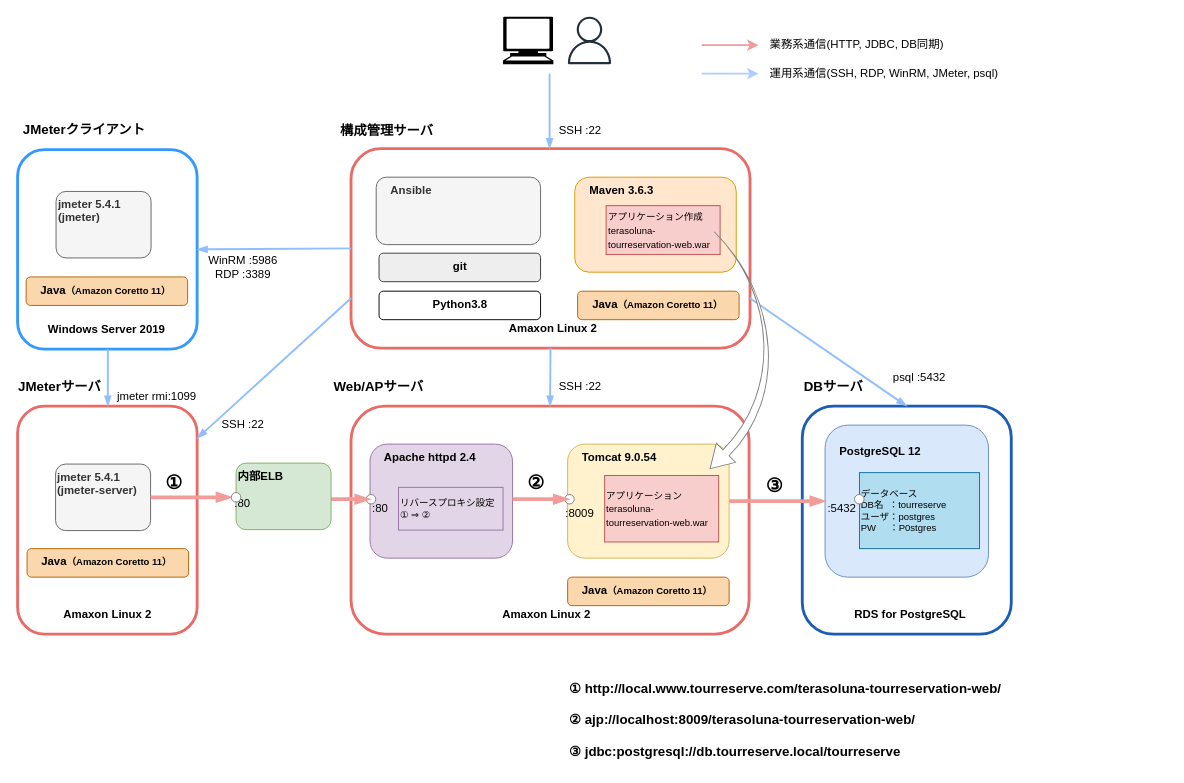
muroya2355/aws_performance_test keeps this draw.io diagram as page "ソフトウェア構成" (11 of 13) of design.drawio. Above is the earlier version. Source tidied: cells renumbered, new cells numbered last; positions are measured from the earlier drawing's top-left corner, leaving out a move shared by most shapes. Both pictures are drawn from the tidied source at 95%, with x=0, y=0 at pixel (16, 16).
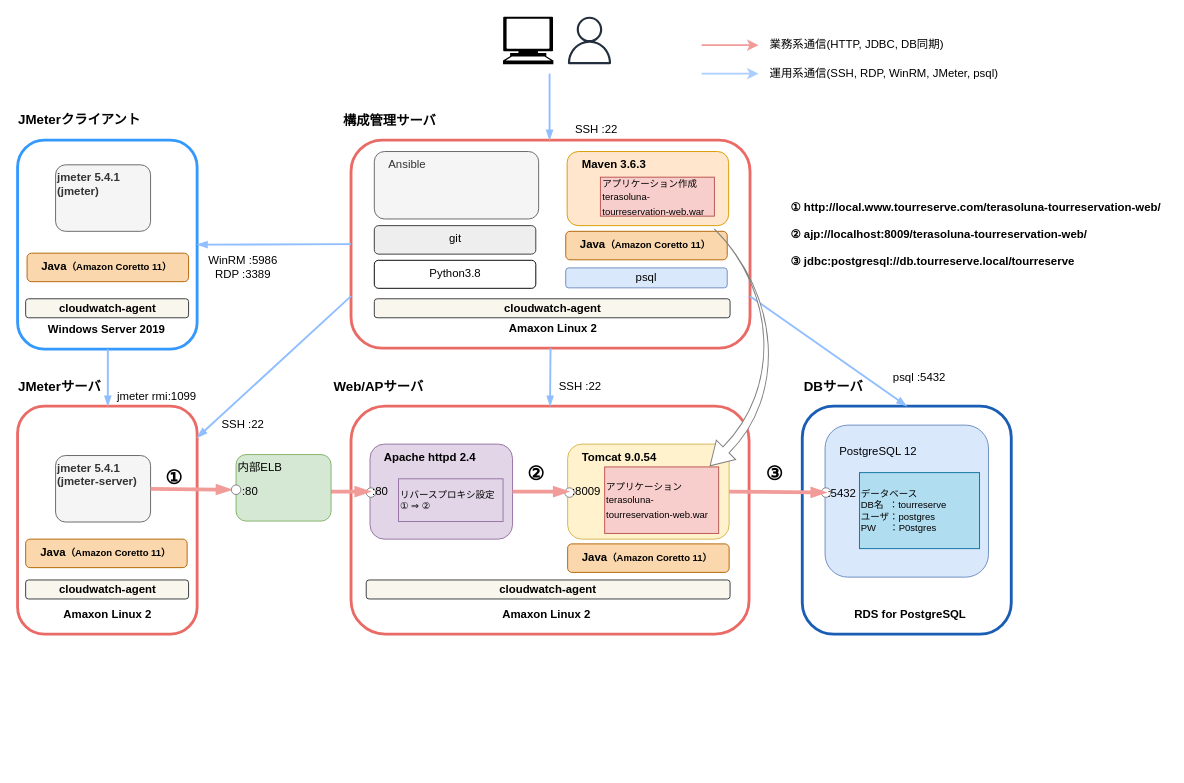
Above is the later version.

Diff of the diagram source:
```diff
@@
     <mxCell id="3" style="rounded=1;whiteSpace=wrap;html=1;align=left;fillColor=none;strokeColor=#EA6B66;strokeWidth=3;" parent="1" vertex="1">
-      <mxGeometry x="352" y="139" width="420" height="210" as="geometry" />
+      <mxGeometry x="352" y="130" width="420" height="219" as="geometry" />
     </mxCell>
@@
     <mxCell id="6" value="&lt;b&gt;&amp;nbsp; &amp;nbsp; Apache httpd 2.4&lt;/b&gt;" style="rounded=1;whiteSpace=wrap;html=1;align=left;verticalAlign=top;fillColor=#e1d5e7;strokeColor=#9673a6;" parent="1" vertex="1">
-      <mxGeometry x="372" y="450" width="150" height="120" as="geometry" />
+      <mxGeometry x="372" y="450" width="150" height="100" as="geometry" />
     </mxCell>
     <mxCell id="7" value="&lt;b&gt;&amp;nbsp; &amp;nbsp; Tomcat 9.0.54&lt;/b&gt;" style="rounded=1;whiteSpace=wrap;html=1;align=left;verticalAlign=top;fillColor=#fff2cc;strokeColor=#d6b656;" parent="1" vertex="1">
-      <mxGeometry x="580" y="450" width="170" height="120" as="geometry" />
+      <mxGeometry x="580" y="450" width="170" height="100" as="geometry" />
     </mxCell>
-    <mxCell id="8" value="&lt;b&gt;&lt;br&gt;&amp;nbsp; &amp;nbsp; PostgreSQL 12&lt;/b&gt;" style="rounded=1;whiteSpace=wrap;html=1;fillColor=#dae8fc;strokeColor=#6c8ebf;align=left;verticalAlign=top;" parent="1" vertex="1">
+    <mxCell id="8" value="&lt;br&gt;&amp;nbsp; &amp;nbsp; PostgreSQL 12" style="rounded=1;whiteSpace=wrap;html=1;fillColor=#dae8fc;strokeColor=#6c8ebf;align=left;verticalAlign=top;" parent="1" vertex="1">
       <mxGeometry x="851" y="430" width="172" height="160" as="geometry" />
     </mxCell>
     <mxCell id="9" value="&lt;span style=&quot;font-size: 10px&quot;&gt;アプリケーション&lt;br&gt;terasoluna-tourreservation-web.war&lt;br&gt;&lt;/span&gt;" style="rounded=0;whiteSpace=wrap;html=1;strokeColor=#b85450;strokeWidth=1;fillColor=#f8cecc;align=left;" parent="1" vertex="1">
-      <mxGeometry x="619" y="483" width="120" height="70" as="geometry" />
+      <mxGeometry x="619" y="474" width="120" height="70" as="geometry" />
     </mxCell>
@@
     <mxCell id="11" style="ellipse;whiteSpace=wrap;html=1;strokeColor=#808080;strokeWidth=1;fillColor=#ffffff;align=left;" parent="1" vertex="1">
-      <mxGeometry x="368" y="503" width="10" height="10" as="geometry" />
+      <mxGeometry x="368" y="496" width="10" height="10" as="geometry" />
     </mxCell>
     <mxCell id="12" style="ellipse;whiteSpace=wrap;html=1;strokeColor=#808080;strokeWidth=1;fillColor=#ffffff;align=left;" parent="1" vertex="1">
-      <mxGeometry x="577" y="503" width="10" height="10" as="geometry" />
+      <mxGeometry x="577" y="496" width="10" height="10" as="geometry" />
     </mxCell>
     <mxCell id="13" style="ellipse;whiteSpace=wrap;html=1;strokeColor=#808080;strokeWidth=1;fillColor=#ffffff;align=left;" parent="1" vertex="1">
-      <mxGeometry x="882" y="503" width="10" height="10" as="geometry" />
+      <mxGeometry x="847" y="496" width="10" height="10" as="geometry" />
     </mxCell>
     <mxCell id="14" style="endArrow=blockThin;html=1;strokeColor=#F19C99;strokeWidth=4;endFill=1;" parent="1" edge="1">
       <mxGeometry relative="1" as="geometry">
-        <mxPoint x="282" y="508" as="sourcePoint" />
-        <mxPoint x="372" y="508" as="targetPoint" />
+        <mxPoint x="282" y="500" as="sourcePoint" />
+        <mxPoint x="372" y="500" as="targetPoint" />
       </mxGeometry>
     </mxCell>
-    <mxCell id="15" style="endArrow=blockThin;html=1;strokeColor=#F19C99;exitX=1;exitY=0.5;exitDx=0;exitDy=0;strokeWidth=4;endFill=1;entryX=0.4;entryY=0.5;entryDx=0;entryDy=0;entryPerimeter=0;" parent="1" edge="1" target="12">
+    <mxCell id="15" style="endArrow=blockThin;html=1;strokeColor=#F19C99;exitX=1;exitY=0.5;exitDx=0;exitDy=0;strokeWidth=4;endFill=1;entryX=0.4;entryY=0.5;entryDx=0;entryDy=0;entryPerimeter=0;" parent="1" edge="1">
       <mxGeometry relative="1" as="geometry">
-        <mxPoint x="522" y="508" as="sourcePoint" />
+        <mxPoint x="522" y="500" as="sourcePoint" />
+        <mxPoint x="581" y="500" as="targetPoint" />
       </mxGeometry>
     </mxCell>
-    <mxCell id="16" style="endArrow=blockThin;html=1;entryX=0;entryY=0.5;entryDx=0;entryDy=0;strokeColor=#F19C99;exitX=1;exitY=0.5;exitDx=0;exitDy=0;strokeWidth=4;endFill=1;" parent="1" edge="1" source="7" target="8">
+    <mxCell id="16" style="endArrow=blockThin;html=1;entryX=0.006;entryY=0.443;entryDx=0;entryDy=0;strokeColor=#F19C99;exitX=1;exitY=0.5;exitDx=0;exitDy=0;strokeWidth=4;endFill=1;entryPerimeter=0;" parent="1" edge="1" source="7" target="8">
       <mxGeometry relative="1" as="geometry" />
     </mxCell>
     <mxCell id="17" value=":80" style="text;html=1;strokeColor=none;fillColor=none;align=center;verticalAlign=middle;whiteSpace=wrap;rounded=0;" parent="1" vertex="1">
-      <mxGeometry x="368" y="508" width="30" height="20" as="geometry" />
+      <mxGeometry x="368" y="490" width="30" height="20" as="geometry" />
     </mxCell>
@@
-    <mxCell id="19" value="①&amp;nbsp;http://local.www.tourreserve.com/terasoluna-tourreservation-web/&lt;span style=&quot;white-space: nowrap; font-size: 14px;&quot;&gt;&lt;br style=&quot;font-size: 14px;&quot;&gt;&lt;br style=&quot;font-size: 14px;&quot;&gt;② ajp://localhost:8009/&lt;/span&gt;&lt;span style=&quot;white-space: nowrap; font-size: 14px;&quot;&gt;terasoluna-tourreservation-web/&lt;br style=&quot;font-size: 14px;&quot;&gt;&lt;br style=&quot;font-size: 14px;&quot;&gt;&lt;/span&gt;&lt;span style=&quot;white-space: nowrap; font-size: 14px;&quot;&gt;③&amp;nbsp;&lt;/span&gt;&lt;span style=&quot;white-space: nowrap; font-size: 14px;&quot;&gt;jdbc:postgresql://&lt;/span&gt;db.tourreserve.local&lt;span style=&quot;white-space: nowrap; font-size: 14px;&quot;&gt;/tourreserve&lt;/span&gt;&lt;span style=&quot;white-space: nowrap; font-size: 14px;&quot;&gt;&amp;nbsp; &amp;nbsp; &amp;nbsp;&lt;br style=&quot;font-size: 14px;&quot;&gt;&lt;/span&gt;" style="text;html=1;strokeColor=none;fillColor=none;align=left;verticalAlign=middle;whiteSpace=wrap;rounded=0;spacing=2;fontSize=14;fontStyle=1;" parent="1" vertex="1">
-      <mxGeometry x="580" y="690" width="470" height="100" as="geometry" />
+    <mxCell id="19" value="&lt;font style=&quot;font-size: 12px;&quot;&gt;①&amp;nbsp;http://local.www.tourreserve.com/terasoluna-tourreservation-web/&lt;span style=&quot;white-space: nowrap; font-size: 12px;&quot;&gt;&lt;br style=&quot;font-size: 12px;&quot;&gt;&lt;br style=&quot;font-size: 12px;&quot;&gt;② ajp://localhost:8009/&lt;/span&gt;&lt;span style=&quot;white-space: nowrap; font-size: 12px;&quot;&gt;terasoluna-tourreservation-web/&lt;br style=&quot;font-size: 12px;&quot;&gt;&lt;br style=&quot;font-size: 12px;&quot;&gt;&lt;/span&gt;&lt;span style=&quot;white-space: nowrap; font-size: 12px;&quot;&gt;③&amp;nbsp;&lt;/span&gt;&lt;span style=&quot;white-space: nowrap; font-size: 12px;&quot;&gt;jdbc:postgresql://&lt;/span&gt;db.tourreserve.local&lt;span style=&quot;white-space: nowrap; font-size: 12px;&quot;&gt;/tourreserve&lt;/span&gt;&lt;/font&gt;&lt;span style=&quot;white-space: nowrap; font-size: 12px;&quot;&gt;&lt;font style=&quot;font-size: 12px;&quot;&gt;&amp;nbsp; &amp;nbsp; &amp;nbsp;&lt;/font&gt;&lt;br style=&quot;font-size: 12px;&quot;&gt;&lt;/span&gt;" style="text;html=1;strokeColor=none;fillColor=none;align=left;verticalAlign=middle;whiteSpace=wrap;rounded=0;spacing=2;fontSize=12;fontStyle=1;" parent="1" vertex="1">
+      <mxGeometry x="813" y="179" width="398" height="100" as="geometry" />
     </mxCell>
     <mxCell id="20" value=":8009" style="text;html=1;strokeColor=none;fillColor=none;align=center;verticalAlign=middle;whiteSpace=wrap;rounded=0;" parent="1" vertex="1">
-      <mxGeometry x="578" y="513" width="30" height="20" as="geometry" />
+      <mxGeometry x="585" y="490" width="30" height="20" as="geometry" />
     </mxCell>
     <mxCell id="21" value=":5432" style="text;html=1;strokeColor=none;fillColor=none;align=center;verticalAlign=middle;whiteSpace=wrap;rounded=0;" parent="1" vertex="1">
-      <mxGeometry x="854" y="508" width="30" height="20" as="geometry" />
+      <mxGeometry x="854" y="492" width="30" height="20" as="geometry" />
     </mxCell>
     <mxCell id="22" value="②" style="text;html=1;strokeColor=none;fillColor=none;align=center;verticalAlign=middle;whiteSpace=wrap;rounded=0;fontSize=20;fontStyle=1;" parent="1" vertex="1">
-      <mxGeometry x="532" y="480" width="30" height="20" as="geometry" />
+      <mxGeometry x="532" y="470" width="30" height="20" as="geometry" />
     </mxCell>
     <mxCell id="23" value="③" style="text;html=1;strokeColor=none;fillColor=none;align=center;verticalAlign=middle;whiteSpace=wrap;rounded=0;fontSize=20;fontStyle=1;" parent="1" vertex="1">
-      <mxGeometry x="783" y="483" width="30" height="20" as="geometry" />
+      <mxGeometry x="783" y="470" width="30" height="20" as="geometry" />
     </mxCell>
     <mxCell id="24" value="リバースプロキシ設定&lt;span style=&quot;white-space: nowrap&quot;&gt;&lt;br&gt;① ⇒ ②&lt;br&gt;&lt;/span&gt;" style="rounded=1;whiteSpace=wrap;html=1;strokeColor=#9673a6;strokeWidth=1;fillColor=#e1d5e7;fontSize=10;align=left;verticalAlign=middle;arcSize=0;" parent="1" vertex="1">
-      <mxGeometry x="402" y="495.5" width="110" height="45" as="geometry" />
+      <mxGeometry x="402" y="486.5" width="110" height="45" as="geometry" />
     </mxCell>
     <mxCell id="25" value="&lt;b&gt;&amp;nbsp; &amp;nbsp; Maven 3.6.3&lt;/b&gt;" style="rounded=1;whiteSpace=wrap;html=1;align=left;verticalAlign=top;fillColor=#ffe6cc;strokeColor=#d79b00;" parent="1" vertex="1">
-      <mxGeometry x="587.5" y="169" width="170" height="100" as="geometry" />
+      <mxGeometry x="579.5" y="142" width="170" height="78" as="geometry" />
     </mxCell>
     <mxCell id="26" value="&lt;span style=&quot;font-size: 10px&quot;&gt;アプリケーション作成&lt;br&gt;terasoluna-tourreservation-web.war&lt;br&gt;&lt;/span&gt;" style="rounded=0;whiteSpace=wrap;html=1;strokeColor=#b85450;strokeWidth=1;fillColor=#f8cecc;align=left;" parent="1" vertex="1">
-      <mxGeometry x="620.5" y="199" width="120" height="51.5" as="geometry" />
+      <mxGeometry x="614.5" y="169" width="120" height="41" as="geometry" />
     </mxCell>
     <mxCell id="27" value="&lt;b&gt;&amp;nbsp; &amp;nbsp; Java&lt;font style=&quot;font-size: 10px&quot;&gt;（Amazon Coretto 11）&lt;/font&gt;&lt;/b&gt;" style="rounded=1;whiteSpace=wrap;html=1;align=left;verticalAlign=top;fillColor=#fad7ac;strokeColor=#b46504;" parent="1" vertex="1">
-      <mxGeometry x="580" y="590" width="170" height="30" as="geometry" />
+      <mxGeometry x="580" y="555" width="170" height="30" as="geometry" />
     </mxCell>
-    <mxCell id="28" value="&lt;b&gt;内部ELB&lt;/b&gt;" style="rounded=1;whiteSpace=wrap;html=1;align=left;verticalAlign=top;fillColor=#d5e8d4;strokeColor=#82b366;" parent="1" vertex="1">
-      <mxGeometry x="231" y="470" width="100" height="70" as="geometry" />
+    <mxCell id="28" value="内部ELB" style="rounded=1;whiteSpace=wrap;html=1;align=left;verticalAlign=top;fillColor=#d5e8d4;strokeColor=#82b366;" parent="1" vertex="1">
+      <mxGeometry x="231" y="461" width="100" height="70" as="geometry" />
     </mxCell>
     <mxCell id="29" value="&lt;b&gt;jmeter 5.4.1&lt;br&gt;(jmeter-server)&lt;br&gt;&lt;/b&gt;" style="rounded=1;whiteSpace=wrap;html=1;align=left;verticalAlign=top;fillColor=#f5f5f5;strokeColor=#666666;fontColor=#333333;" parent="1" vertex="1">
-      <mxGeometry x="41" y="471" width="100" height="70" as="geometry" />
+      <mxGeometry x="41" y="462" width="100" height="70" as="geometry" />
     </mxCell>
@@
     <mxCell id="31" value=":80" style="text;html=1;strokeColor=none;fillColor=none;align=center;verticalAlign=middle;whiteSpace=wrap;rounded=0;" parent="1" vertex="1">
-      <mxGeometry x="223" y="503" width="30" height="20" as="geometry" />
+      <mxGeometry x="231" y="490" width="30" height="20" as="geometry" />
     </mxCell>
     <mxCell id="32" style="ellipse;whiteSpace=wrap;html=1;strokeColor=#808080;strokeWidth=1;fillColor=#ffffff;align=left;" parent="1" vertex="1">
-      <mxGeometry x="226" y="501" width="10" height="10" as="geometry" />
+      <mxGeometry x="226" y="493" width="10" height="10" as="geometry" />
     </mxCell>
     <mxCell id="33" value="①" style="text;html=1;strokeColor=none;fillColor=none;align=center;verticalAlign=middle;whiteSpace=wrap;rounded=0;fontSize=20;fontStyle=1;" parent="1" vertex="1">
-      <mxGeometry x="151" y="480" width="30" height="20" as="geometry" />
+      <mxGeometry x="151" y="475" width="30" height="20" as="geometry" />
     </mxCell>
     <mxCell id="34" value="&lt;b style=&quot;font-size: 14px;&quot;&gt;構成管理サーバ&lt;/b&gt;" style="text;html=1;strokeColor=none;fillColor=none;align=left;verticalAlign=middle;whiteSpace=wrap;rounded=0;fontSize=14;" parent="1" vertex="1">
-      <mxGeometry x="338.5" y="100" width="180" height="40" as="geometry" />
+      <mxGeometry x="342" y="90" width="180" height="40" as="geometry" />
     </mxCell>
     <mxCell id="35" value="&lt;b&gt;&amp;nbsp; &amp;nbsp; Java&lt;font style=&quot;font-size: 10px&quot;&gt;（Amazon Coretto 11）&lt;/font&gt;&lt;/b&gt;" style="rounded=1;whiteSpace=wrap;html=1;align=left;verticalAlign=top;fillColor=#fad7ac;strokeColor=#b46504;" parent="1" vertex="1">
-      <mxGeometry x="590.5" y="289" width="170" height="30" as="geometry" />
+      <mxGeometry x="578" y="226" width="170" height="30" as="geometry" />
     </mxCell>
-    <mxCell id="36" value="&lt;b&gt;&amp;nbsp; &amp;nbsp; Ansible&lt;/b&gt;" style="rounded=1;whiteSpace=wrap;html=1;align=left;verticalAlign=top;fillColor=#f5f5f5;strokeColor=#666666;fontColor=#333333;" parent="1" vertex="1">
-      <mxGeometry x="378.5" y="169" width="173" height="71" as="geometry" />
+    <mxCell id="36" value="&amp;nbsp; &amp;nbsp; Ansible" style="rounded=1;whiteSpace=wrap;html=1;align=left;verticalAlign=top;fillColor=#f5f5f5;strokeColor=#666666;fontColor=#333333;" parent="1" vertex="1">
+      <mxGeometry x="376.5" y="142" width="173" height="71" as="geometry" />
     </mxCell>
-    <mxCell id="37" value="&lt;b&gt;Python3.8&lt;/b&gt;" style="rounded=1;whiteSpace=wrap;html=1;align=center;verticalAlign=top;" parent="1" vertex="1">
-      <mxGeometry x="381.5" y="289" width="170" height="30" as="geometry" />
+    <mxCell id="37" value="Python3.8" style="rounded=1;whiteSpace=wrap;html=1;align=center;verticalAlign=top;" parent="1" vertex="1">
+      <mxGeometry x="376.5" y="256.5" width="170" height="29.5" as="geometry" />
     </mxCell>
@@
     <mxCell id="39" value="&lt;b&gt;&amp;nbsp; &amp;nbsp; Java&lt;font style=&quot;font-size: 10px&quot;&gt;（Amazon Coretto 11）&lt;/font&gt;&lt;/b&gt;" style="rounded=1;whiteSpace=wrap;html=1;align=left;verticalAlign=top;fillColor=#fad7ac;strokeColor=#b46504;" parent="1" vertex="1">
-      <mxGeometry x="11" y="560" width="170" height="30" as="geometry" />
+      <mxGeometry x="9.5" y="550" width="170" height="30" as="geometry" />
     </mxCell>
@@
     <mxCell id="44" style="rounded=1;whiteSpace=wrap;html=1;align=left;fillColor=none;strokeColor=#3399FF;strokeWidth=3;" parent="1" vertex="1">
-      <mxGeometry x="1" y="140" width="189" height="210" as="geometry" />
+      <mxGeometry x="1" y="130" width="189" height="220" as="geometry" />
     </mxCell>
     <mxCell id="45" value="&lt;b&gt;jmeter 5.4.1&lt;br&gt;(jmeter)&lt;br&gt;&lt;/b&gt;" style="rounded=1;whiteSpace=wrap;html=1;align=left;verticalAlign=top;fillColor=#f5f5f5;strokeColor=#666666;fontColor=#333333;" parent="1" vertex="1">
-      <mxGeometry x="41.5" y="184" width="100" height="70" as="geometry" />
+      <mxGeometry x="41" y="156" width="100" height="70" as="geometry" />
     </mxCell>
     <mxCell id="46" value="&lt;b&gt;&amp;nbsp; &amp;nbsp; Java&lt;font style=&quot;font-size: 10px&quot;&gt;（Amazon Coretto 11）&lt;/font&gt;&lt;/b&gt;" style="rounded=1;whiteSpace=wrap;html=1;align=left;verticalAlign=top;fillColor=#fad7ac;strokeColor=#b46504;" parent="1" vertex="1">
-      <mxGeometry x="10" y="274" width="170" height="30" as="geometry" />
+      <mxGeometry x="11" y="249" width="170" height="30" as="geometry" />
     </mxCell>
@@
     <mxCell id="49" value="&lt;b style=&quot;font-size: 14px;&quot;&gt;JMeterクライアント&lt;/b&gt;" style="text;html=1;strokeColor=none;fillColor=none;align=left;verticalAlign=middle;whiteSpace=wrap;rounded=0;fontSize=14;" parent="1" vertex="1">
-      <mxGeometry x="4.5" y="99" width="180" height="40" as="geometry" />
+      <mxGeometry y="89" width="180" height="40" as="geometry" />
     </mxCell>
@@
     <mxCell id="58" style="html=1;shadow=0;dashed=0;align=center;verticalAlign=middle;shape=mxgraph.arrows2.jumpInArrow;dy=4.51;dx=23.7;arrowHead=28.72;strokeColor=#808080;strokeWidth=1;fillColor=#ffffff;fontSize=11;flipH=0;rotation=135;" parent="1" vertex="1">
-      <mxGeometry x="647.5" y="262.4" width="179.5" height="187.6" as="geometry" />
+      <mxGeometry x="647.5" y="259.4" width="179.5" height="187.6" as="geometry" />
     </mxCell>
@@
-    <mxCell id="63" style="endArrow=blockThin;html=1;strokeColor=#90BEFF;strokeWidth=2;endFill=1;entryX=0.5;entryY=0;entryDx=0;entryDy=0;" parent="1" edge="1">
+    <mxCell id="63" style="endArrow=blockThin;html=1;strokeColor=#90BEFF;strokeWidth=2;endFill=1;" parent="1" edge="1">
       <mxGeometry relative="1" as="geometry">
         <mxPoint x="561" y="60" as="sourcePoint" />
-        <mxPoint x="561" y="139" as="targetPoint" />
+        <mxPoint x="561" y="130" as="targetPoint" />
       </mxGeometry>
     </mxCell>
     <mxCell id="64" value="SSH :22" style="text;html=1;strokeColor=none;fillColor=none;align=center;verticalAlign=middle;whiteSpace=wrap;rounded=0;" parent="1" vertex="1">
-      <mxGeometry x="544.5" y="110" width="97" height="20" as="geometry" />
+      <mxGeometry x="562" y="109" width="97" height="20" as="geometry" />
     </mxCell>
-    <mxCell id="65" value="&lt;b&gt;git&lt;/b&gt;" style="rounded=1;whiteSpace=wrap;html=1;align=center;verticalAlign=top;fillColor=#eeeeee;strokeColor=#36393d;" parent="1" vertex="1">
-      <mxGeometry x="381.5" y="249" width="170" height="30" as="geometry" />
+    <mxCell id="65" value="git" style="rounded=1;whiteSpace=wrap;html=1;align=center;verticalAlign=top;fillColor=#eeeeee;strokeColor=#36393d;" parent="1" vertex="1">
+      <mxGeometry x="376.5" y="220" width="170" height="30" as="geometry" />
     </mxCell>
@@
+    <mxCell id="70" value="psql" style="rounded=1;whiteSpace=wrap;html=1;align=center;verticalAlign=middle;fillColor=#dae8fc;strokeColor=#6c8ebf;" parent="1" vertex="1">
+      <mxGeometry x="578" y="264.5" width="170" height="21" as="geometry" />
+    </mxCell>
+    <mxCell id="71" value="&lt;b&gt;cloudwatch-agent&lt;/b&gt;" style="rounded=1;whiteSpace=wrap;html=1;align=center;verticalAlign=middle;fillColor=#f9f7ed;strokeColor=#36393d;" parent="1" vertex="1">
+      <mxGeometry x="376.5" y="297" width="374.5" height="20" as="geometry" />
+    </mxCell>
+    <mxCell id="72" value="&lt;b&gt;cloudwatch-agent&lt;/b&gt;" style="rounded=1;whiteSpace=wrap;html=1;align=center;verticalAlign=middle;fillColor=#f9f7ed;strokeColor=#36393d;" parent="1" vertex="1">
+      <mxGeometry x="9.5" y="297" width="171.5" height="20" as="geometry" />
+    </mxCell>
+    <mxCell id="73" value="&lt;b&gt;cloudwatch-agent&lt;/b&gt;" style="rounded=1;whiteSpace=wrap;html=1;align=center;verticalAlign=middle;fillColor=#f9f7ed;strokeColor=#36393d;" parent="1" vertex="1">
+      <mxGeometry x="9.5" y="593" width="171.5" height="20" as="geometry" />
+    </mxCell>
+    <mxCell id="74" value="&lt;b&gt;cloudwatch-agent&lt;/b&gt;" style="rounded=1;whiteSpace=wrap;html=1;align=center;verticalAlign=middle;fillColor=#f9f7ed;strokeColor=#36393d;" parent="1" vertex="1">
+      <mxGeometry x="368" y="593" width="383" height="20" as="geometry" />
+    </mxCell>
```
